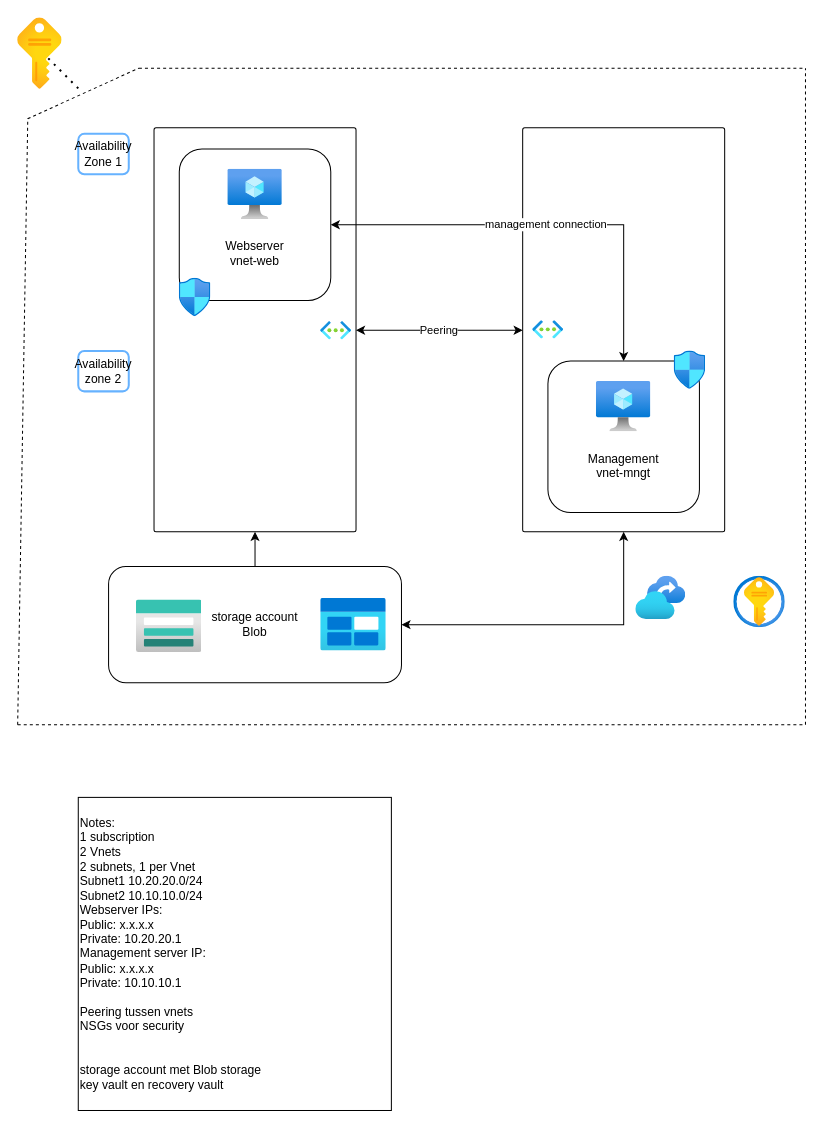
techgrounds/techgrounds-Jeroen-Immerzeel keeps this draw.io diagram as IaC assignments/diagram_PC11_v0.1.drawio. Above is the earlier version. Source tidied: cells renumbered, new cells numbered last; positions are measured from the earlier drawing's top-left corner, leaving out a move shared by most shapes. Both pictures are drawn from the tidied source at 101%, with x=0, y=0 at pixel (17, 17).
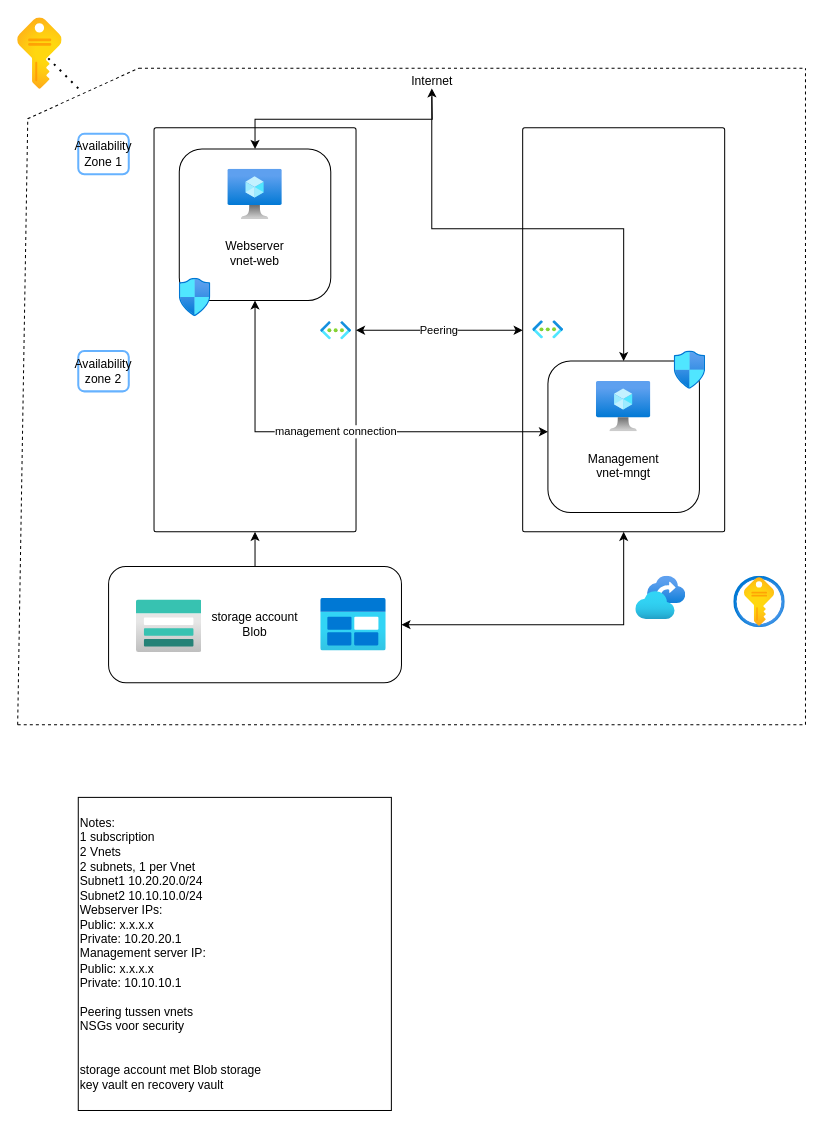
The same page after the edit.

The change refers to these unchanged cells:
```xml
<mxCell id="12" value="&lt;br&gt;&lt;br&gt;&lt;br&gt;&lt;br&gt;Webserver&lt;br&gt;vnet-web" style="rounded=1;whiteSpace=wrap;html=1;" parent="1" vertex="1">
  <mxGeometry x="160" y="130" width="150" height="150" as="geometry" />
</mxCell>
<mxCell id="13" value="&lt;br&gt;&lt;br&gt;&lt;br&gt;&lt;br&gt;Management&lt;br&gt;vnet-mngt" style="rounded=1;whiteSpace=wrap;html=1;" parent="1" vertex="1">
  <mxGeometry x="525" y="340" width="150" height="150" as="geometry" />
</mxCell>
```

Diff of the diagram source:
```diff
@@
     <mxCell id="11" value="management connection" style="edgeStyle=orthogonalEdgeStyle;rounded=0;jettySize=auto;html=1;startArrow=classic;startFill=1;" parent="1" edge="1" source="12" target="13">
-      <mxGeometry relative="1" as="geometry" />
+      <mxGeometry relative="1" as="geometry">
+        <Array as="points">
+          <mxPoint x="235" y="410" />
+        </Array>
+      </mxGeometry>
     </mxCell>
+    <mxCell id="29" style="edgeStyle=orthogonalEdgeStyle;rounded=0;jettySize=auto;html=1;exitX=0.5;exitY=0;exitDx=0;exitDy=0;startArrow=classic;startFill=1;" parent="1" edge="1" source="12">
+      <mxGeometry relative="1" as="geometry">
+        <mxPoint x="410" y="70" as="targetPoint" />
+      </mxGeometry>
+    </mxCell>
@@
+    <mxCell id="30" style="edgeStyle=orthogonalEdgeStyle;rounded=0;jettySize=auto;html=1;exitX=0.5;exitY=0;exitDx=0;exitDy=0;startArrow=classic;startFill=1;endArrow=none;endFill=0;" parent="1" edge="1" source="13" target="31">
+      <mxGeometry relative="1" as="geometry" />
+    </mxCell>
@@
+    <mxCell id="31" value="Internet" style="text;html=1;align=center;verticalAlign=middle;points=[];strokeColor=none;fillColor=none;" parent="1" vertex="1">
+      <mxGeometry x="380" y="48" width="60" height="30" as="geometry" />
+    </mxCell>
```
